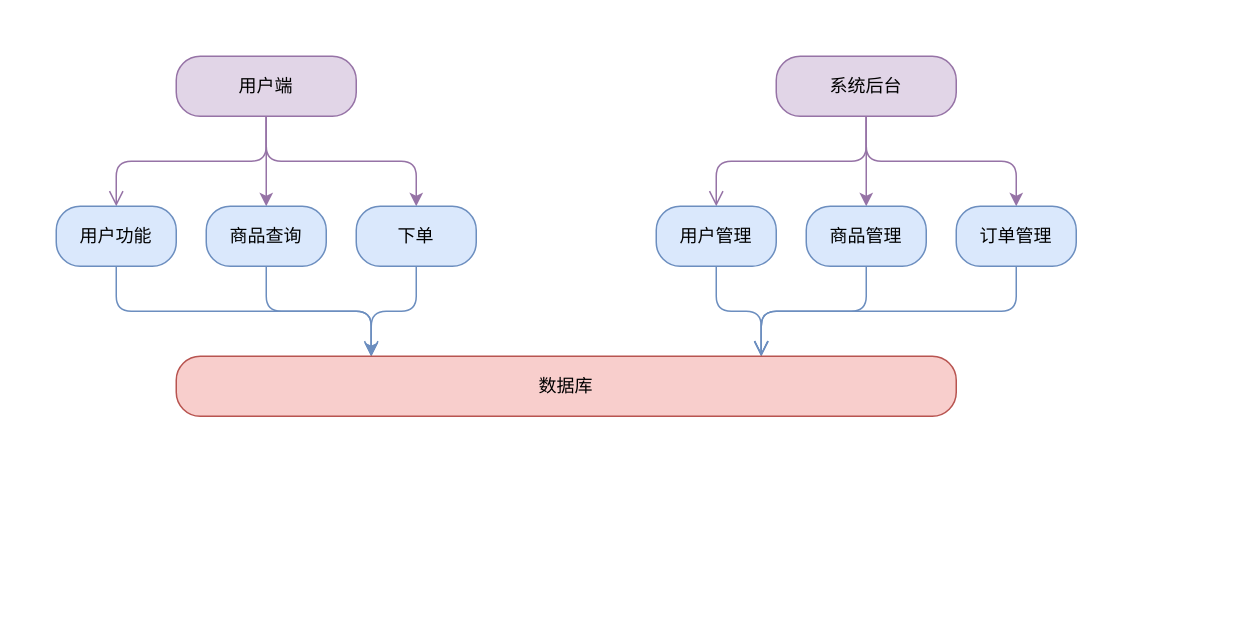
The draw.io diagram page "微服务架构演变" (2 of 2) of tyz-流程图.drawio in Woobhurk/tyz-pic-repo, before the edit. Source tidied: cells renumbered, new cells numbered last; positions are measured from the earlier drawing's top-left corner, leaving out a move shared by most shapes. Both pictures are drawn from the tidied source at 150%, with x=0, y=0 at pixel (56, 56).
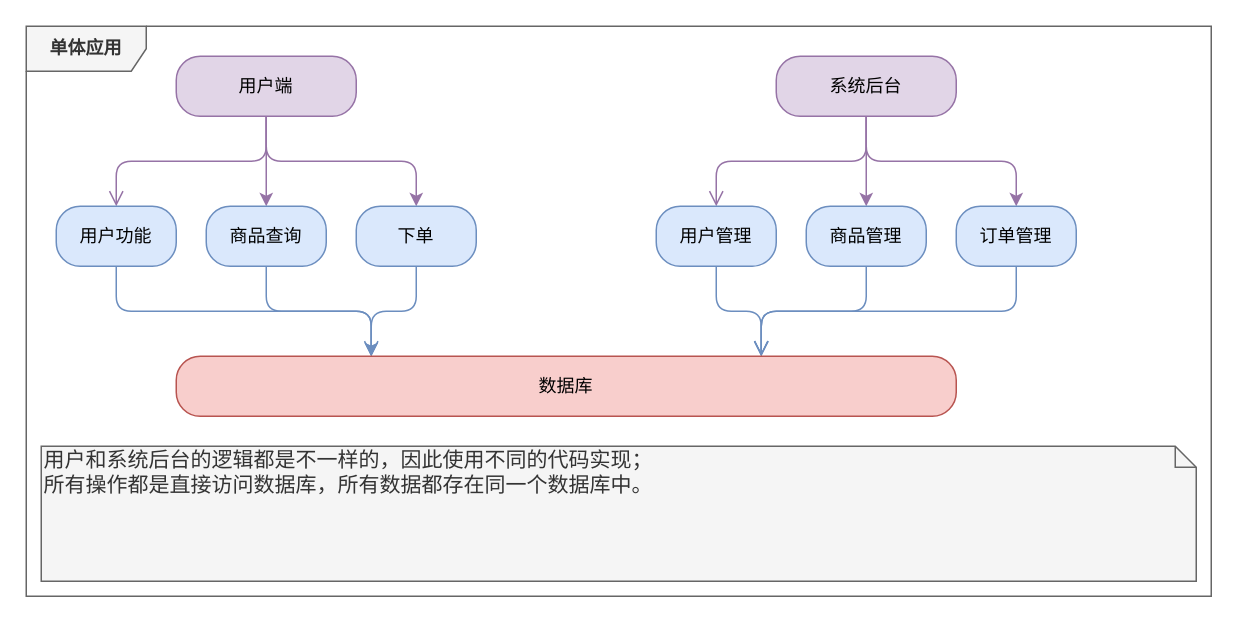
Above is the later version.

What changed in the source:
```diff
@@
+    <mxCell id="23" value="单体应用" style="shape=umlFrame;whiteSpace=wrap;html=1;fontSize=12;fontStyle=1;width=80;height=30;fillColor=#f5f5f5;strokeColor=#666666;fontColor=#333333;" parent="1" vertex="1">
+      <mxGeometry x="-20" y="-20" width="790" height="380" as="geometry" />
+    </mxCell>
@@
+    <mxCell id="24" value="用户和系统后台的逻辑都是不一样的，因此使用不同的代码实现；&lt;br&gt;所有操作都是直接访问数据库，所有数据都存在同一个数据库中。" style="shape=note;whiteSpace=wrap;html=1;size=14;verticalAlign=top;align=left;spacingTop=-6;fillColor=#f5f5f5;strokeColor=#666666;fontColor=#333333;fontSize=14;" parent="1" vertex="1">
+      <mxGeometry x="-10" y="260" width="770" height="90" as="geometry" />
+    </mxCell>
```
